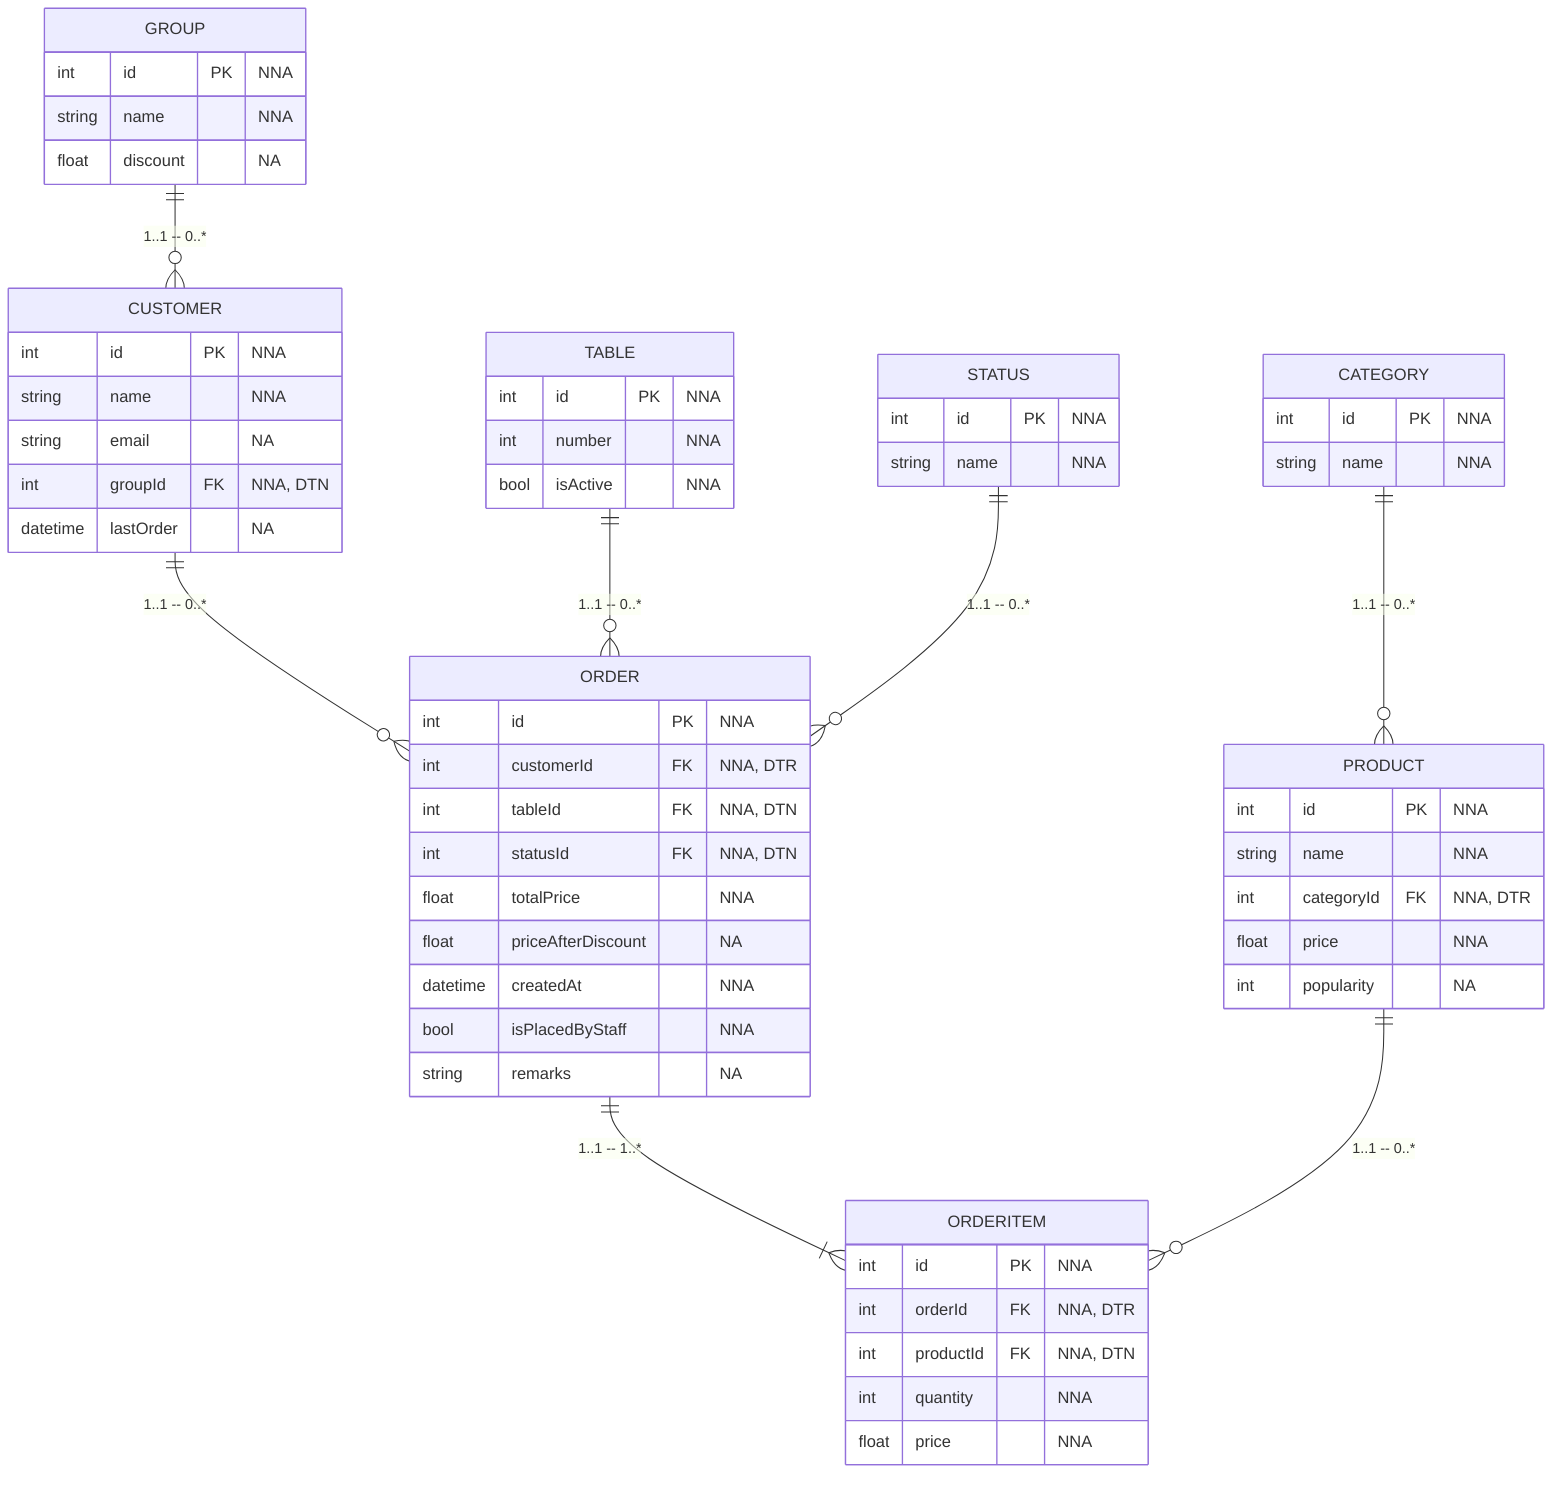
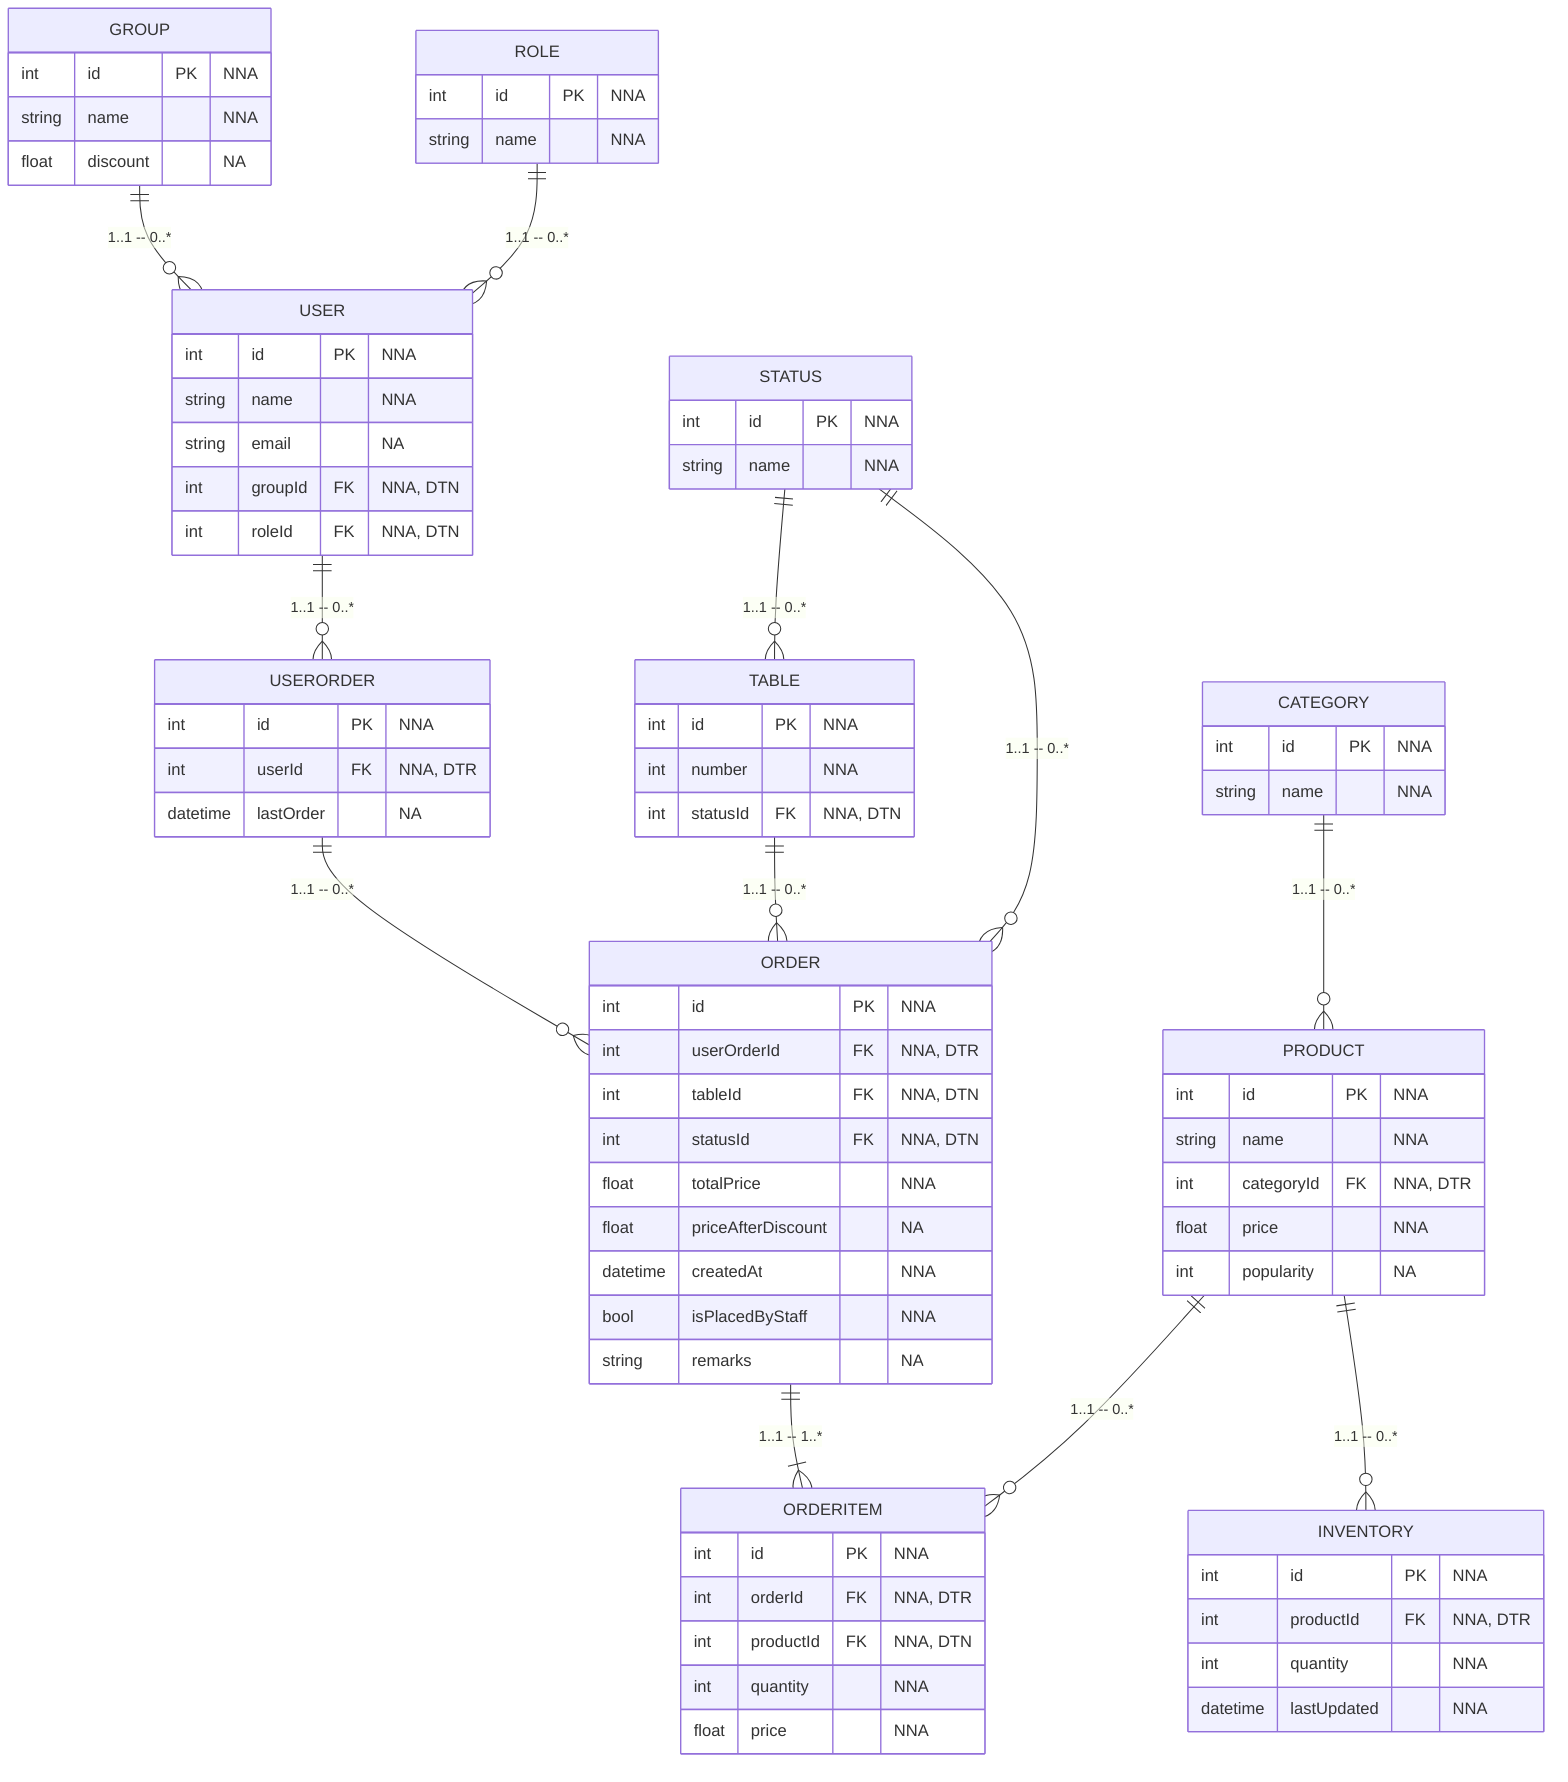
erDiagram
-     CUSTOMER ||--o{ ORDER : "1..1 -- 0..*"
+     USER ||--o{ USERORDER : "1..1 -- 0..*"
+     USERORDER ||--o{ ORDER : "1..1 -- 0..*"
    TABLE ||--o{ ORDER : "1..1 -- 0..*"
-     STATUS ||--o{ ORDER : "1..1 -- 0..*"
    ORDER ||--|{ ORDERITEM : "1..1 -- 1..*"
    PRODUCT ||--o{ ORDERITEM : "1..1 -- 0..*"
-     GROUP ||--o{ CUSTOMER : "1..1 -- 0..*"
+     GROUP ||--o{ USER : "1..1 -- 0..*"
    CATEGORY ||--o{ PRODUCT : "1..1 -- 0..*"
+     PRODUCT ||--o{ INVENTORY : "1..1 -- 0..*"
+     ROLE ||--o{ USER : "1..1 -- 0..*"
+     STATUS ||--o{ TABLE : "1..1 -- 0..*"
+     STATUS ||--o{ ORDER : "1..1 -- 0..*"

-     CUSTOMER {
-            int id PK "NNA"
-            string name "NNA"
-            string email "NA"
-            int groupId FK "NNA, DTN"
-            datetime lastOrder "NA"
+     USER {
+         int id PK "NNA"
+         string name "NNA"
+         string email "NA"
+         int groupId FK "NNA, DTN"
+         int roleId FK "NNA, DTN"
+     }
+     ROLE {
+         int id PK "NNA"
+         string name "NNA"
+     }
+     USERORDER {
+         int id PK "NNA"
+         int userId FK "NNA, DTR"
+         datetime lastOrder "NA"
    }
    GROUP {
        int id PK "NNA"
        string name "NNA"
        float discount "NA"
    }
    TABLE {
-     int id PK "NNA"
-     int number "NNA"
-     bool isActive "NNA"
+         int id PK "NNA"
+         int number "NNA"
+         int statusId FK "NNA, DTN"
    }
    PRODUCT {
        int id PK "NNA"
        string name "NNA"
        int categoryId FK "NNA, DTR"
        float price "NNA"
        int popularity "NA"
    }
    CATEGORY {
        int id PK "NNA"
        string name "NNA"
    }
    ORDER {
-            int id PK "NNA"
-            int customerId FK "NNA, DTR"
-            int tableId FK "NNA, DTN"
-            int statusId FK "NNA, DTN"
-            float totalPrice "NNA"
-            float priceAfterDiscount "NA"
-            datetime createdAt "NNA"
-            bool isPlacedByStaff "NNA"
-            string remarks "NA"
+         int id PK "NNA"
+         int userOrderId FK "NNA, DTR"
+         int tableId FK "NNA, DTN"
+         int statusId FK "NNA, DTN"
+         float totalPrice "NNA"
+         float priceAfterDiscount "NA"
+         datetime createdAt "NNA"
+         bool isPlacedByStaff "NNA"
+         string remarks "NA"
    }
    STATUS {
        int id PK "NNA"
        string name "NNA"
    }
    ORDERITEM {
-            int id PK "NNA"
-            int orderId FK "NNA, DTR"
-            int productId FK "NNA, DTN"
-            int quantity "NNA"
-            float price "NNA"
+         int id PK "NNA"
+         int orderId FK "NNA, DTR"
+         int productId FK "NNA, DTN"
+         int quantity "NNA"
+         float price "NNA"
    }
+     INVENTORY {
+         int id PK "NNA"
+         int productId FK "NNA, DTR"
+         int quantity "NNA"
+         datetime lastUpdated "NNA"
+     }
